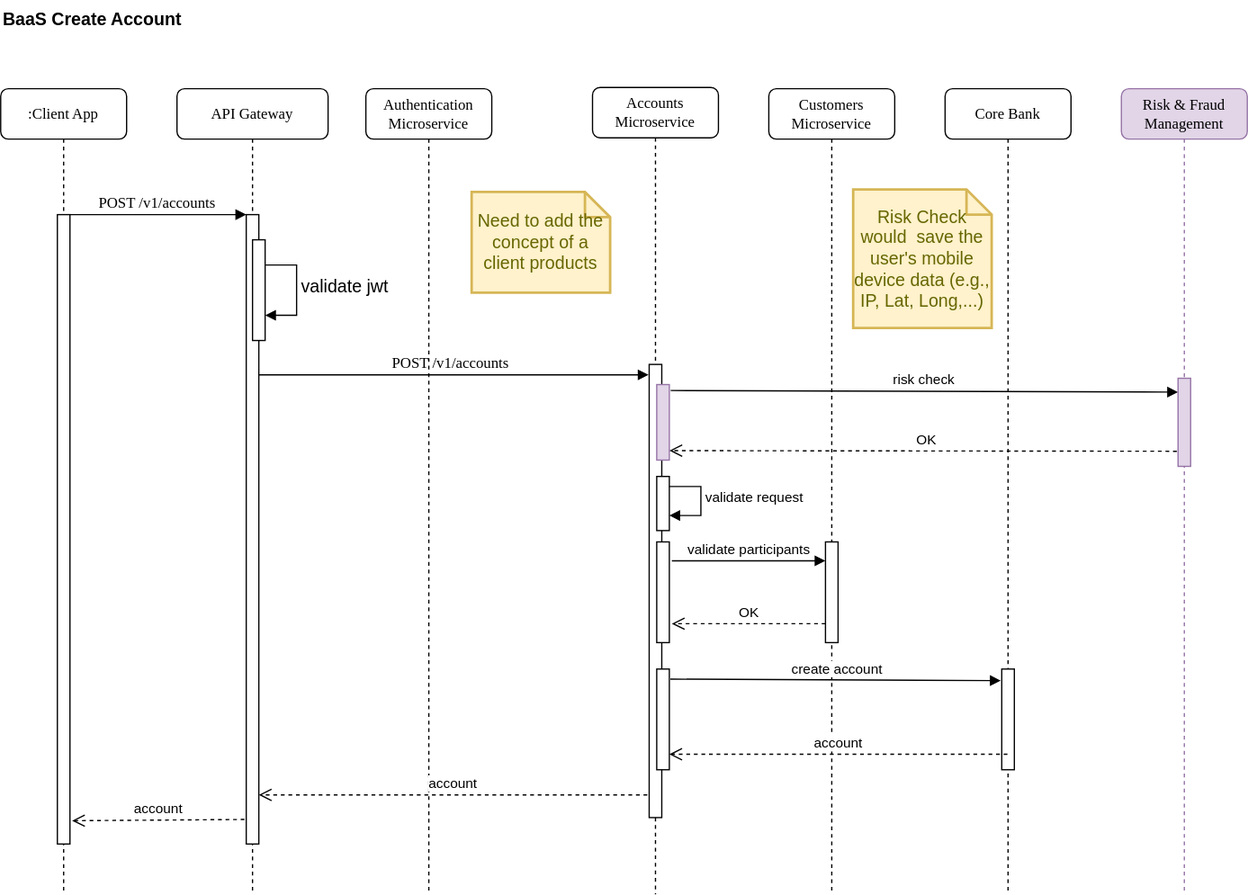
mcdaley/baas-platform keeps this draw.io diagram as apps/baas-account-service/doc/img/baas-account.sequence-Create-Account.drawio.svg. Above is the earlier version. Source tidied: cells renumbered, new cells last; positions are measured from the earlier drawing's top-left corner, leaving out a move shared by most shapes.
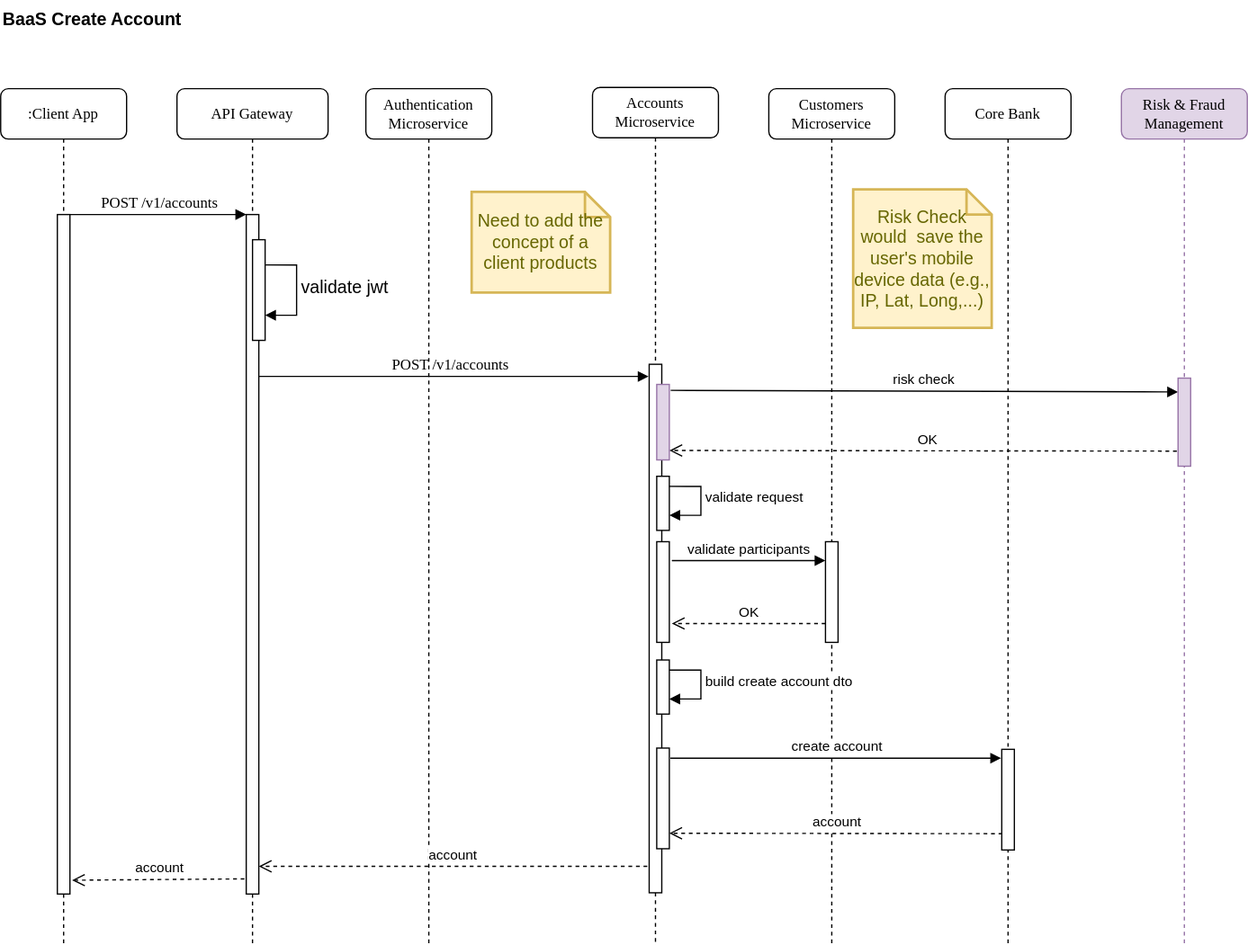
Above is the later version.

Commit message:
Updated BaaS Platform and Account Docs

The edit, as a diff of the source:
```diff
@@ -3,37 +3,37 @@
     <mxCell id="0" />
     <mxCell id="1" parent="0" />
     <mxCell id="2" value="Accounts Microservice" style="shape=umlLifeline;perimeter=lifelinePerimeter;whiteSpace=wrap;html=1;rounded=1;shadow=0;comic=0;labelBackgroundColor=none;strokeWidth=1;fontFamily=Verdana;fontSize=12;align=center;" parent="1" vertex="1">
-      <mxGeometry x="470" y="69" width="100" height="641" as="geometry" />
+      <mxGeometry x="470" y="69" width="100" height="681" as="geometry" />
     </mxCell>
     <mxCell id="3" style="html=1;points=[];perimeter=orthogonalPerimeter;rounded=0;shadow=0;comic=0;labelBackgroundColor=none;strokeWidth=1;fontFamily=Verdana;fontSize=12;align=center;" parent="2" vertex="1">
-      <mxGeometry x="45" y="220" width="10" height="360" as="geometry" />
+      <mxGeometry x="45" y="220" width="10" height="420" as="geometry" />
     </mxCell>
     <mxCell id="4" style="html=1;perimeter=orthogonalPerimeter;" parent="2" vertex="1">
       <mxGeometry x="51" y="361" width="10" height="80" as="geometry" />
     </mxCell>
     <mxCell id="5" style="html=1;points=[];perimeter=orthogonalPerimeter;" parent="2" vertex="1">
-      <mxGeometry x="51" y="462" width="10" height="80" as="geometry" />
+      <mxGeometry x="51" y="525" width="10" height="80" as="geometry" />
     </mxCell>
     <mxCell id="6" style="html=1;points=[];perimeter=orthogonalPerimeter;fillColor=#e1d5e7;strokeColor=#9673a6;" parent="2" vertex="1">
       <mxGeometry x="51" y="236" width="10" height="60" as="geometry" />
     </mxCell>
     <mxCell id="7" value="Customers Microservice" style="shape=umlLifeline;perimeter=lifelinePerimeter;whiteSpace=wrap;html=1;rounded=1;shadow=0;comic=0;labelBackgroundColor=none;strokeWidth=1;fontFamily=Verdana;fontSize=12;align=center;" parent="1" vertex="1">
-      <mxGeometry x="610" y="70" width="100" height="640" as="geometry" />
+      <mxGeometry x="610" y="70" width="100" height="680" as="geometry" />
     </mxCell>
     <mxCell id="8" style="html=1;perimeter=orthogonalPerimeter;" parent="7" vertex="1">
       <mxGeometry x="45" y="360" width="10" height="80" as="geometry" />
     </mxCell>
     <mxCell id="9" value="Core Bank" style="shape=umlLifeline;perimeter=lifelinePerimeter;whiteSpace=wrap;html=1;rounded=1;shadow=0;comic=0;labelBackgroundColor=none;strokeWidth=1;fontFamily=Verdana;fontSize=12;align=center;" parent="1" vertex="1">
-      <mxGeometry x="750" y="70" width="100" height="640" as="geometry" />
+      <mxGeometry x="750" y="70" width="100" height="680" as="geometry" />
     </mxCell>
     <mxCell id="10" style="html=1;points=[];perimeter=orthogonalPerimeter;" parent="9" vertex="1">
-      <mxGeometry x="45" y="461" width="10" height="80" as="geometry" />
+      <mxGeometry x="45" y="525" width="10" height="80" as="geometry" />
     </mxCell>
     <mxCell id="11" value="Risk Check would&amp;nbsp; save the user's mobile device data (e.g., IP, Lat, Long,...)" style="shape=note;strokeWidth=2;fontSize=14;size=20;whiteSpace=wrap;html=1;fillColor=#fff2cc;strokeColor=#d6b656;fontColor=#666600;" parent="9" vertex="1">
       <mxGeometry x="-73" y="80" width="110" height="110" as="geometry" />
     </mxCell>
     <mxCell id="12" value="Risk &amp;amp; Fraud Management" style="shape=umlLifeline;perimeter=lifelinePerimeter;whiteSpace=wrap;html=1;rounded=1;shadow=0;comic=0;labelBackgroundColor=none;strokeWidth=1;fontFamily=Verdana;fontSize=12;align=center;fillColor=#e1d5e7;strokeColor=#9673a6;" parent="1" vertex="1">
-      <mxGeometry x="890" y="70" width="100" height="640" as="geometry" />
+      <mxGeometry x="890" y="70" width="100" height="680" as="geometry" />
     </mxCell>
     <mxCell id="13" value="risk check" style="html=1;verticalAlign=bottom;endArrow=block;entryX=0;entryY=0;rounded=0;exitX=1.108;exitY=0.079;exitDx=0;exitDy=0;exitPerimeter=0;" parent="12" edge="1" source="6">
       <mxGeometry relative="1" as="geometry">
@@ -50,10 +50,10 @@
       <mxGeometry x="45" y="230" width="10" height="70" as="geometry" />
     </mxCell>
     <mxCell id="16" value=":Client App" style="shape=umlLifeline;perimeter=lifelinePerimeter;whiteSpace=wrap;html=1;rounded=1;shadow=0;comic=0;labelBackgroundColor=none;strokeWidth=1;fontFamily=Verdana;fontSize=12;align=center;" parent="1" vertex="1">
-      <mxGeometry y="70" width="100" height="640" as="geometry" />
+      <mxGeometry y="70" width="100" height="680" as="geometry" />
     </mxCell>
     <mxCell id="17" style="html=1;points=[];perimeter=orthogonalPerimeter;rounded=0;shadow=0;comic=0;labelBackgroundColor=none;strokeWidth=1;fontFamily=Verdana;fontSize=12;align=center;" parent="16" vertex="1">
-      <mxGeometry x="45" y="100" width="10" height="500" as="geometry" />
+      <mxGeometry x="45" y="100" width="10" height="540" as="geometry" />
     </mxCell>
     <mxCell id="18" value="POST /v1/accounts" style="html=1;verticalAlign=bottom;endArrow=block;entryX=0;entryY=0;labelBackgroundColor=none;fontFamily=Verdana;fontSize=12;elbow=vertical;" parent="1" edge="1" source="17" target="29">
       <mxGeometry relative="1" as="geometry" />
@@ -85,27 +85,26 @@
         <mxPoint x="533" y="495" as="targetPoint" />
       </mxGeometry>
     </mxCell>
-    <mxCell id="24" value="create account" style="html=1;verticalAlign=bottom;endArrow=block;rounded=0;entryX=-0.08;entryY=0.115;entryDx=0;entryDy=0;entryPerimeter=0;exitX=1.08;exitY=0.1;exitDx=0;exitDy=0;exitPerimeter=0;" parent="1" edge="1" source="5" target="10">
+    <mxCell id="24" value="create account" style="html=1;verticalAlign=bottom;endArrow=block;rounded=0;exitX=1.08;exitY=0.1;exitDx=0;exitDy=0;exitPerimeter=0;entryX=-0.05;entryY=0.088;entryDx=0;entryDy=0;entryPerimeter=0;" parent="1" edge="1" source="5" target="10">
       <mxGeometry relative="1" as="geometry" />
     </mxCell>
-    <mxCell id="25" value="account" style="html=1;verticalAlign=bottom;endArrow=open;dashed=1;endSize=8;rounded=0;entryX=1;entryY=0.846;entryDx=0;entryDy=0;entryPerimeter=0;" parent="1" edge="1" target="5">
-      <mxGeometry relative="1" as="geometry">
-        <mxPoint x="799.5" y="598.7" as="sourcePoint" />
-      </mxGeometry>
+    <mxCell id="25" value="account" style="html=1;verticalAlign=bottom;endArrow=open;dashed=1;endSize=8;rounded=0;entryX=1;entryY=0.846;entryDx=0;entryDy=0;entryPerimeter=0;exitX=0.05;exitY=0.838;exitDx=0;exitDy=0;exitPerimeter=0;" parent="1" edge="1" source="10" target="5">
+      <mxGeometry relative="1" as="geometry" />
     </mxCell>
     <mxCell id="26" value="Authentication Microservice" style="shape=umlLifeline;perimeter=lifelinePerimeter;whiteSpace=wrap;html=1;rounded=1;shadow=0;comic=0;labelBackgroundColor=none;strokeWidth=1;fontFamily=Verdana;fontSize=12;align=center;" parent="1" vertex="1">
-      <mxGeometry x="290" y="70" width="100" height="640" as="geometry" />
+      <mxGeometry x="290" y="70" width="100" height="680" as="geometry" />
     </mxCell>
     <mxCell id="27" value="API Gateway" style="shape=umlLifeline;perimeter=lifelinePerimeter;whiteSpace=wrap;html=1;outlineConnect=0;rounded=1;shadow=0;comic=0;labelBackgroundColor=none;strokeWidth=1;fontFamily=Verdana;fontSize=12;align=center;" parent="1" vertex="1">
-      <mxGeometry x="140" y="70" width="120" height="640" as="geometry" />
+      <mxGeometry x="140" y="70" width="120" height="680" as="geometry" />
     </mxCell>
-    <mxCell id="28" value="account" style="html=1;verticalAlign=bottom;endArrow=open;dashed=1;endSize=8;rounded=0;" parent="27" edge="1" target="29">
+    <mxCell id="28" value="account" style="html=1;verticalAlign=bottom;endArrow=open;dashed=1;endSize=8;rounded=0;" parent="27" edge="1">
       <mxGeometry relative="1" as="geometry">
-        <mxPoint x="373.5" y="561" as="sourcePoint" />
+        <mxPoint x="373.5" y="618" as="sourcePoint" />
+        <mxPoint x="65" y="618" as="targetPoint" />
       </mxGeometry>
     </mxCell>
     <mxCell id="29" style="html=1;points=[];perimeter=orthogonalPerimeter;rounded=0;shadow=0;comic=0;labelBackgroundColor=none;strokeWidth=1;fontFamily=Verdana;fontSize=12;align=center;" parent="27" vertex="1">
-      <mxGeometry x="55" y="100" width="10" height="500" as="geometry" />
+      <mxGeometry x="55" y="100" width="10" height="540" as="geometry" />
     </mxCell>
     <mxCell id="30" style="group;" parent="27" vertex="1">
       <mxGeometry x="60" y="120" width="35" height="80" as="geometry" />
@@ -122,8 +121,11 @@
     <mxCell id="32" style="html=1;perimeter=orthogonalPerimeter;fontSize=14;" parent="30" vertex="1">
       <mxGeometry width="10" height="80" as="geometry" />
     </mxCell>
-    <mxCell id="33" value="account" style="html=1;verticalAlign=bottom;endArrow=open;dashed=1;endSize=8;rounded=0;exitX=-0.141;exitY=0.961;exitDx=0;exitDy=0;exitPerimeter=0;entryX=1.169;entryY=0.963;entryDx=0;entryDy=0;entryPerimeter=0;" parent="1" edge="1" source="29" target="17">
-      <mxGeometry relative="1" as="geometry" />
+    <mxCell id="33" value="account" style="html=1;verticalAlign=bottom;endArrow=open;dashed=1;endSize=8;rounded=0;exitX=-0.141;exitY=0.961;exitDx=0;exitDy=0;exitPerimeter=0;entryX=1.169;entryY=0.963;entryDx=0;entryDy=0;entryPerimeter=0;" parent="1" edge="1">
+      <mxGeometry relative="1" as="geometry">
+        <mxPoint x="193.6" y="697.9" as="sourcePoint" />
+        <mxPoint x="56.7" y="699" as="targetPoint" />
+      </mxGeometry>
     </mxCell>
     <mxCell id="34" value="&lt;b&gt;&lt;font style=&quot;font-size: 14px&quot;&gt;BaaS Create Account&lt;/font&gt;&lt;/b&gt;" style="text;html=1;strokeColor=none;fillColor=none;align=left;verticalAlign=middle;whiteSpace=wrap;rounded=0;" parent="1" vertex="1">
       <mxGeometry width="520" height="30" as="geometry" />
@@ -131,5 +133,17 @@
     <mxCell id="35" value="Need to add the concept of a client products" style="shape=note;strokeWidth=2;fontSize=14;size=20;whiteSpace=wrap;html=1;fillColor=#fff2cc;strokeColor=#d6b656;fontColor=#666600;" parent="1" vertex="1">
       <mxGeometry x="374" y="152" width="110" height="80" as="geometry" />
     </mxCell>
+    <mxCell id="36" value="build create account dto" style="edgeStyle=orthogonalEdgeStyle;html=1;align=left;spacingLeft=2;endArrow=block;rounded=0;entryX=1;entryY=0;" parent="1" edge="1">
+      <mxGeometry relative="1" as="geometry">
+        <mxPoint x="526" y="532" as="sourcePoint" />
+        <mxPoint x="531" y="555" as="targetPoint" />
+        <Array as="points">
+          <mxPoint x="556" y="532" />
+        </Array>
+      </mxGeometry>
+    </mxCell>
+    <mxCell id="37" style="html=1;perimeter=orthogonalPerimeter;" parent="1" vertex="1">
+      <mxGeometry x="521" y="524" width="10" height="43" as="geometry" />
+    </mxCell>
   </root>
 </mxGraphModel>
```
